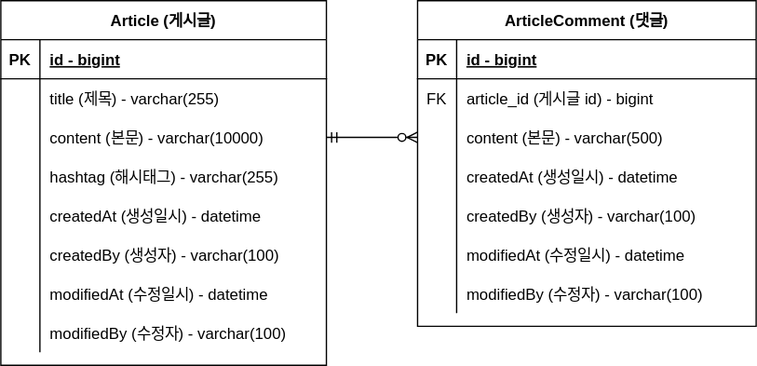
Before: document/project-board-erd.svg, a diagram exported from draw.io (sGOM/fastcampus-project-board). Source tidied: cells renumbered, new cells last; positions are measured from the earlier drawing's top-left corner, leaving out a move shared by most shapes.
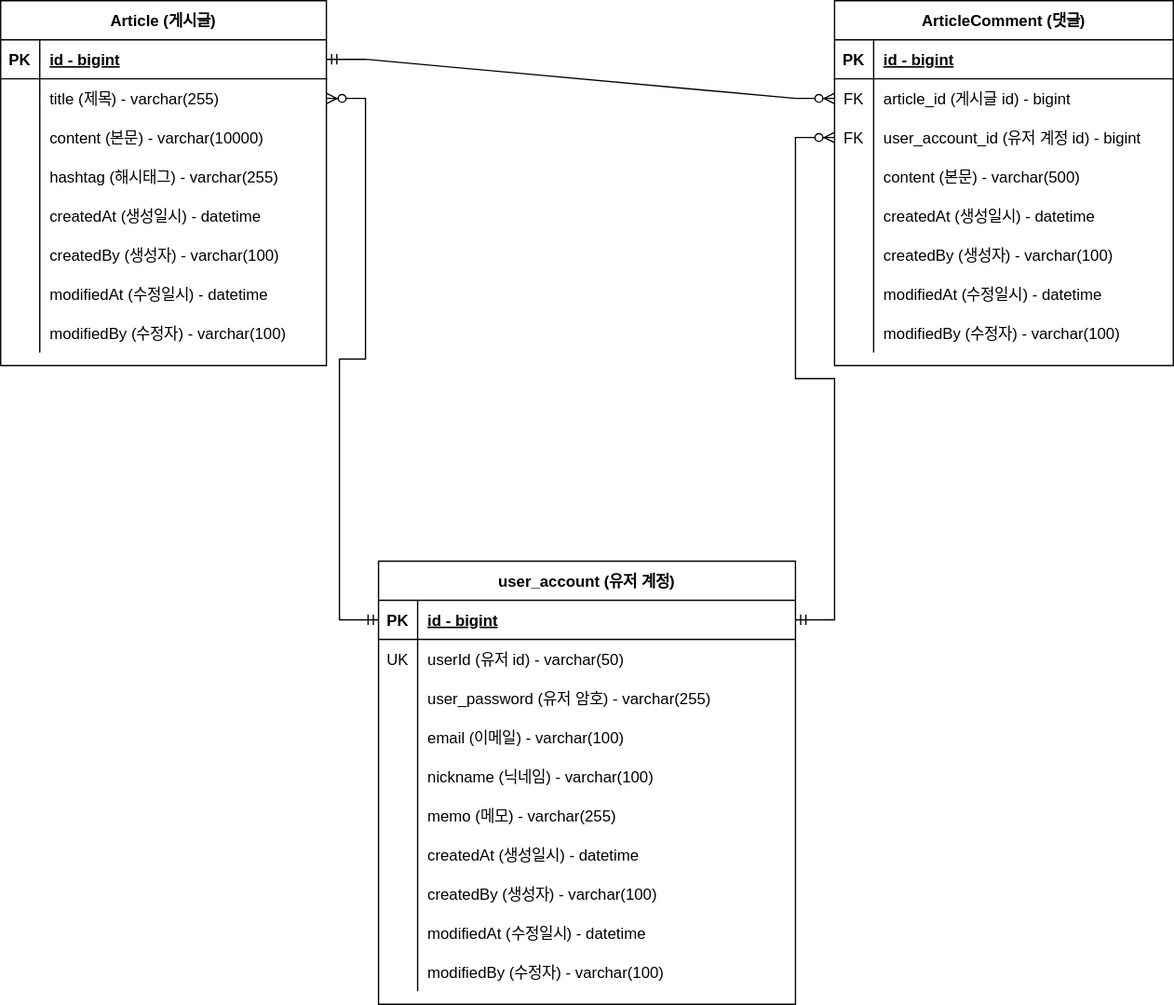
After the commit.

Commit message:
#16 - 회원계정 erd 반영

The edit, as a diff of the source:
```diff
@@ -3,7 +3,7 @@
     <mxCell id="0" />
     <mxCell id="1" parent="0" />
     <mxCell id="2" value="Article (게시글)" style="shape=table;startSize=30;rowLines=0;fontStyle=1;align=center;" parent="1" vertex="1">
-      <mxGeometry width="250" height="280" as="geometry" />
+      <mxGeometry x="-100" y="10" width="250" height="280" as="geometry" />
     </mxCell>
     <mxCell id="3" style="shape=partialRectangle;fillColor=none;points=[[0,0.5],[1,0.5]];portConstraint=eastwest;top=0;left=0;right=0;bottom=1;" parent="2" vertex="1">
       <mxGeometry y="30" width="250" height="30" as="geometry" />
@@ -78,7 +78,7 @@
       <mxGeometry x="30" width="220" height="30" as="geometry" />
     </mxCell>
     <mxCell id="27" value="ArticleComment (댓글)" style="shape=table;startSize=30;rowLines=0;fontStyle=1;align=center;" parent="1" vertex="1">
-      <mxGeometry x="320" width="260" height="250" as="geometry" />
+      <mxGeometry x="540" y="10" width="260" height="280" as="geometry" />
     </mxCell>
     <mxCell id="28" style="shape=partialRectangle;fillColor=none;top=0;left=0;right=0;bottom=1;" parent="27" vertex="1">
       <mxGeometry y="30" width="260" height="30" as="geometry" />
@@ -98,8 +98,17 @@
     <mxCell id="33" value="article_id (게시글 id) - bigint" style="shape=partialRectangle;overflow=hidden;fillColor=none;top=0;left=0;bottom=0;right=0;align=left;spacingLeft=6;" parent="31" vertex="1">
       <mxGeometry x="30" width="230" height="30" as="geometry" />
     </mxCell>
+    <mxCell id="50" style="shape=partialRectangle;fillColor=none;points=[[0,0.5],[1,0.5]];portConstraint=eastwest;top=0;left=0;right=0;bottom=0;" parent="27" vertex="1">
+      <mxGeometry y="90" width="260" height="30" as="geometry" />
+    </mxCell>
+    <mxCell id="51" value="FK" style="shape=partialRectangle;overflow=hidden;fillColor=none;top=0;left=0;bottom=0;right=0;" parent="50" vertex="1">
+      <mxGeometry width="30" height="30" as="geometry" />
+    </mxCell>
+    <mxCell id="52" value="user_account_id (유저 계정 id) - bigint" style="shape=partialRectangle;overflow=hidden;fillColor=none;top=0;left=0;bottom=0;right=0;align=left;spacingLeft=6;" parent="50" vertex="1">
+      <mxGeometry x="30" width="230" height="30" as="geometry" />
+    </mxCell>
     <mxCell id="34" style="shape=partialRectangle;fillColor=none;points=[[0,0.5],[1,0.5]];portConstraint=eastwest;top=0;left=0;right=0;bottom=0;" parent="27" vertex="1">
-      <mxGeometry y="90" width="260" height="30" as="geometry" />
+      <mxGeometry y="120" width="260" height="30" as="geometry" />
     </mxCell>
     <mxCell id="35" style="shape=partialRectangle;overflow=hidden;fillColor=none;top=0;left=0;bottom=0;right=0;" parent="34" vertex="1">
       <mxGeometry width="30" height="30" as="geometry" />
@@ -108,7 +117,7 @@
       <mxGeometry x="30" width="230" height="30" as="geometry" />
     </mxCell>
     <mxCell id="37" style="shape=partialRectangle;fillColor=none;top=0;left=0;right=0;bottom=0;" parent="27" vertex="1">
-      <mxGeometry y="120" width="260" height="30" as="geometry" />
+      <mxGeometry y="150" width="260" height="30" as="geometry" />
     </mxCell>
     <mxCell id="38" style="shape=partialRectangle;overflow=hidden;fillColor=none;top=0;left=0;bottom=0;right=0;" parent="37" vertex="1">
       <mxGeometry width="30" height="30" as="geometry" />
@@ -117,7 +126,7 @@
       <mxGeometry x="30" width="230" height="30" as="geometry" />
     </mxCell>
     <mxCell id="40" style="shape=partialRectangle;fillColor=none;top=0;left=0;right=0;bottom=0;" parent="27" vertex="1">
-      <mxGeometry y="150" width="260" height="30" as="geometry" />
+      <mxGeometry y="180" width="260" height="30" as="geometry" />
     </mxCell>
     <mxCell id="41" style="shape=partialRectangle;overflow=hidden;fillColor=none;top=0;left=0;bottom=0;right=0;" parent="40" vertex="1">
       <mxGeometry width="30" height="30" as="geometry" />
@@ -126,7 +135,7 @@
       <mxGeometry x="30" width="230" height="30" as="geometry" />
     </mxCell>
     <mxCell id="43" style="shape=partialRectangle;fillColor=none;top=0;left=0;right=0;bottom=0;" parent="27" vertex="1">
-      <mxGeometry y="180" width="260" height="30" as="geometry" />
+      <mxGeometry y="210" width="260" height="30" as="geometry" />
     </mxCell>
     <mxCell id="44" style="shape=partialRectangle;overflow=hidden;fillColor=none;top=0;left=0;bottom=0;right=0;" parent="43" vertex="1">
       <mxGeometry width="30" height="30" as="geometry" />
@@ -135,7 +144,7 @@
       <mxGeometry x="30" width="230" height="30" as="geometry" />
     </mxCell>
     <mxCell id="46" style="shape=partialRectangle;fillColor=none;top=0;left=0;right=0;bottom=0;" parent="27" vertex="1">
-      <mxGeometry y="210" width="260" height="30" as="geometry" />
+      <mxGeometry y="240" width="260" height="30" as="geometry" />
     </mxCell>
     <mxCell id="47" style="shape=partialRectangle;overflow=hidden;fillColor=none;top=0;left=0;bottom=0;right=0;" parent="46" vertex="1">
       <mxGeometry width="30" height="30" as="geometry" />
@@ -143,8 +152,107 @@
     <mxCell id="48" value="modifiedBy (수정자) - varchar(100)" style="shape=partialRectangle;overflow=hidden;fillColor=none;top=0;left=0;bottom=0;right=0;align=left;spacingLeft=6;" parent="46" vertex="1">
       <mxGeometry x="30" width="230" height="30" as="geometry" />
     </mxCell>
-    <mxCell id="49" style="edgeStyle=entityRelationEdgeStyle;fontSize=12;html=1;endArrow=ERzeroToMany;startArrow=ERmandOne;rounded=0;exitX=1;exitY=0.5;exitDx=0;exitDy=0;entryX=0;entryY=0.5;entryDx=0;entryDy=0;" parent="1" edge="1" source="9" target="34">
+    <mxCell id="49" style="edgeStyle=entityRelationEdgeStyle;fontSize=12;html=1;endArrow=ERzeroToMany;startArrow=ERmandOne;rounded=0;exitX=1;exitY=0.5;exitDx=0;exitDy=0;entryX=0;entryY=0.5;entryDx=0;entryDy=0;" parent="1" edge="1" source="3" target="31">
       <mxGeometry relative="1" as="geometry" />
     </mxCell>
+    <mxCell id="53" value="user_account (유저 계정)" style="shape=table;startSize=30;rowLines=0;fontStyle=1;align=center;" parent="1" vertex="1">
+      <mxGeometry x="190" y="440" width="320" height="340" as="geometry" />
+    </mxCell>
+    <mxCell id="54" style="shape=partialRectangle;fillColor=none;points=[[0,0.5],[1,0.5]];portConstraint=eastwest;top=0;left=0;right=0;bottom=1;" parent="53" vertex="1">
+      <mxGeometry y="30" width="320" height="30" as="geometry" />
+    </mxCell>
+    <mxCell id="55" value="PK" style="shape=partialRectangle;overflow=hidden;fillColor=none;top=0;left=0;bottom=0;right=0;fontStyle=1;" parent="54" vertex="1">
+      <mxGeometry width="30" height="30" as="geometry" />
+    </mxCell>
+    <mxCell id="56" value="id - bigint" style="shape=partialRectangle;overflow=hidden;fillColor=none;top=0;left=0;bottom=0;right=0;align=left;spacingLeft=6;fontStyle=5;" parent="54" vertex="1">
+      <mxGeometry x="30" width="290" height="30" as="geometry" />
+    </mxCell>
+    <mxCell id="57" style="shape=partialRectangle;fillColor=none;top=0;left=0;right=0;bottom=0;" parent="53" vertex="1">
+      <mxGeometry y="60" width="320" height="30" as="geometry" />
+    </mxCell>
+    <mxCell id="58" value="UK" style="shape=partialRectangle;overflow=hidden;fillColor=none;top=0;left=0;bottom=0;right=0;" parent="57" vertex="1">
+      <mxGeometry width="30" height="30" as="geometry" />
+    </mxCell>
+    <mxCell id="59" value="userId (유저 id) - varchar(50)" style="shape=partialRectangle;overflow=hidden;fillColor=none;top=0;left=0;bottom=0;right=0;align=left;spacingLeft=6;" parent="57" vertex="1">
+      <mxGeometry x="30" width="290" height="30" as="geometry" />
+    </mxCell>
+    <mxCell id="60" style="shape=partialRectangle;fillColor=none;top=0;left=0;right=0;bottom=0;" parent="53" vertex="1">
+      <mxGeometry y="90" width="320" height="30" as="geometry" />
+    </mxCell>
+    <mxCell id="61" style="shape=partialRectangle;overflow=hidden;fillColor=none;top=0;left=0;bottom=0;right=0;" parent="60" vertex="1">
+      <mxGeometry width="30" height="30" as="geometry" />
+    </mxCell>
+    <mxCell id="62" value="user_password (유저 암호) - varchar(255)" style="shape=partialRectangle;overflow=hidden;fillColor=none;top=0;left=0;bottom=0;right=0;align=left;spacingLeft=6;" parent="60" vertex="1">
+      <mxGeometry x="30" width="290" height="30" as="geometry" />
+    </mxCell>
+    <mxCell id="63" style="shape=partialRectangle;fillColor=none;top=0;left=0;right=0;bottom=0;" parent="53" vertex="1">
+      <mxGeometry y="120" width="320" height="30" as="geometry" />
+    </mxCell>
+    <mxCell id="64" style="shape=partialRectangle;overflow=hidden;fillColor=none;top=0;left=0;bottom=0;right=0;" parent="63" vertex="1">
+      <mxGeometry width="30" height="30" as="geometry" />
+    </mxCell>
+    <mxCell id="65" value="email (이메일) - varchar(100)" style="shape=partialRectangle;overflow=hidden;fillColor=none;top=0;left=0;bottom=0;right=0;align=left;spacingLeft=6;" parent="63" vertex="1">
+      <mxGeometry x="30" width="290" height="30" as="geometry" />
+    </mxCell>
+    <mxCell id="66" style="shape=partialRectangle;fillColor=none;top=0;left=0;right=0;bottom=0;" parent="53" vertex="1">
+      <mxGeometry y="150" width="320" height="30" as="geometry" />
+    </mxCell>
+    <mxCell id="67" style="shape=partialRectangle;overflow=hidden;fillColor=none;top=0;left=0;bottom=0;right=0;" parent="66" vertex="1">
+      <mxGeometry width="30" height="30" as="geometry" />
+    </mxCell>
+    <mxCell id="68" value="nickname (닉네임) - varchar(100)" style="shape=partialRectangle;overflow=hidden;fillColor=none;top=0;left=0;bottom=0;right=0;align=left;spacingLeft=6;" parent="66" vertex="1">
+      <mxGeometry x="30" width="290" height="30" as="geometry" />
+    </mxCell>
+    <mxCell id="69" style="shape=partialRectangle;fillColor=none;top=0;left=0;right=0;bottom=0;" parent="53" vertex="1">
+      <mxGeometry y="180" width="320" height="30" as="geometry" />
+    </mxCell>
+    <mxCell id="70" style="shape=partialRectangle;overflow=hidden;fillColor=none;top=0;left=0;bottom=0;right=0;" parent="69" vertex="1">
+      <mxGeometry width="30" height="30" as="geometry" />
+    </mxCell>
+    <mxCell id="71" value="memo (메모) - varchar(255)" style="shape=partialRectangle;overflow=hidden;fillColor=none;top=0;left=0;bottom=0;right=0;align=left;spacingLeft=6;" parent="69" vertex="1">
+      <mxGeometry x="30" width="290" height="30" as="geometry" />
+    </mxCell>
+    <mxCell id="72" style="shape=partialRectangle;fillColor=none;top=0;left=0;right=0;bottom=0;" parent="53" vertex="1">
+      <mxGeometry y="210" width="320" height="30" as="geometry" />
+    </mxCell>
+    <mxCell id="73" style="shape=partialRectangle;overflow=hidden;fillColor=none;top=0;left=0;bottom=0;right=0;" parent="72" vertex="1">
+      <mxGeometry width="30" height="30" as="geometry" />
+    </mxCell>
+    <mxCell id="74" value="createdAt (생성일시) - datetime" style="shape=partialRectangle;overflow=hidden;fillColor=none;top=0;left=0;bottom=0;right=0;align=left;spacingLeft=6;" parent="72" vertex="1">
+      <mxGeometry x="30" width="290" height="30" as="geometry" />
+    </mxCell>
+    <mxCell id="75" style="shape=partialRectangle;fillColor=none;top=0;left=0;right=0;bottom=0;" parent="53" vertex="1">
+      <mxGeometry y="240" width="320" height="30" as="geometry" />
+    </mxCell>
+    <mxCell id="76" style="shape=partialRectangle;overflow=hidden;fillColor=none;top=0;left=0;bottom=0;right=0;" parent="75" vertex="1">
+      <mxGeometry width="30" height="30" as="geometry" />
+    </mxCell>
+    <mxCell id="77" value="createdBy (생성자) - varchar(100)" style="shape=partialRectangle;overflow=hidden;fillColor=none;top=0;left=0;bottom=0;right=0;align=left;spacingLeft=6;" parent="75" vertex="1">
+      <mxGeometry x="30" width="290" height="30" as="geometry" />
+    </mxCell>
+    <mxCell id="78" style="shape=partialRectangle;fillColor=none;top=0;left=0;right=0;bottom=0;" parent="53" vertex="1">
+      <mxGeometry y="270" width="320" height="30" as="geometry" />
+    </mxCell>
+    <mxCell id="79" style="shape=partialRectangle;overflow=hidden;fillColor=none;top=0;left=0;bottom=0;right=0;" parent="78" vertex="1">
+      <mxGeometry width="30" height="30" as="geometry" />
+    </mxCell>
+    <mxCell id="80" value="modifiedAt (수정일시) - datetime" style="shape=partialRectangle;overflow=hidden;fillColor=none;top=0;left=0;bottom=0;right=0;align=left;spacingLeft=6;" parent="78" vertex="1">
+      <mxGeometry x="30" width="290" height="30" as="geometry" />
+    </mxCell>
+    <mxCell id="81" style="shape=partialRectangle;fillColor=none;top=0;left=0;right=0;bottom=0;" parent="53" vertex="1">
+      <mxGeometry y="300" width="320" height="30" as="geometry" />
+    </mxCell>
+    <mxCell id="82" style="shape=partialRectangle;overflow=hidden;fillColor=none;top=0;left=0;bottom=0;right=0;" parent="81" vertex="1">
+      <mxGeometry width="30" height="30" as="geometry" />
+    </mxCell>
+    <mxCell id="83" value="modifiedBy (수정자) - varchar(100)" style="shape=partialRectangle;overflow=hidden;fillColor=none;top=0;left=0;bottom=0;right=0;align=left;spacingLeft=6;" parent="81" vertex="1">
+      <mxGeometry x="30" width="290" height="30" as="geometry" />
+    </mxCell>
+    <mxCell id="84" style="edgeStyle=entityRelationEdgeStyle;fontSize=12;html=1;endArrow=ERzeroToMany;startArrow=ERmandOne;rounded=0;entryX=1;entryY=0.5;entryDx=0;entryDy=0;exitX=0;exitY=0.5;exitDx=0;exitDy=0;" parent="1" edge="1" source="54" target="6">
+      <mxGeometry relative="1" as="geometry" />
+    </mxCell>
+    <mxCell id="85" style="edgeStyle=entityRelationEdgeStyle;fontSize=12;html=1;endArrow=ERzeroToMany;startArrow=ERmandOne;rounded=0;exitX=1;exitY=0.5;exitDx=0;exitDy=0;entryX=0;entryY=0.5;entryDx=0;entryDy=0;" parent="1" edge="1" source="54" target="50">
+      <mxGeometry relative="1" as="geometry" />
+    </mxCell>
   </root>
 </mxGraphModel>
```
